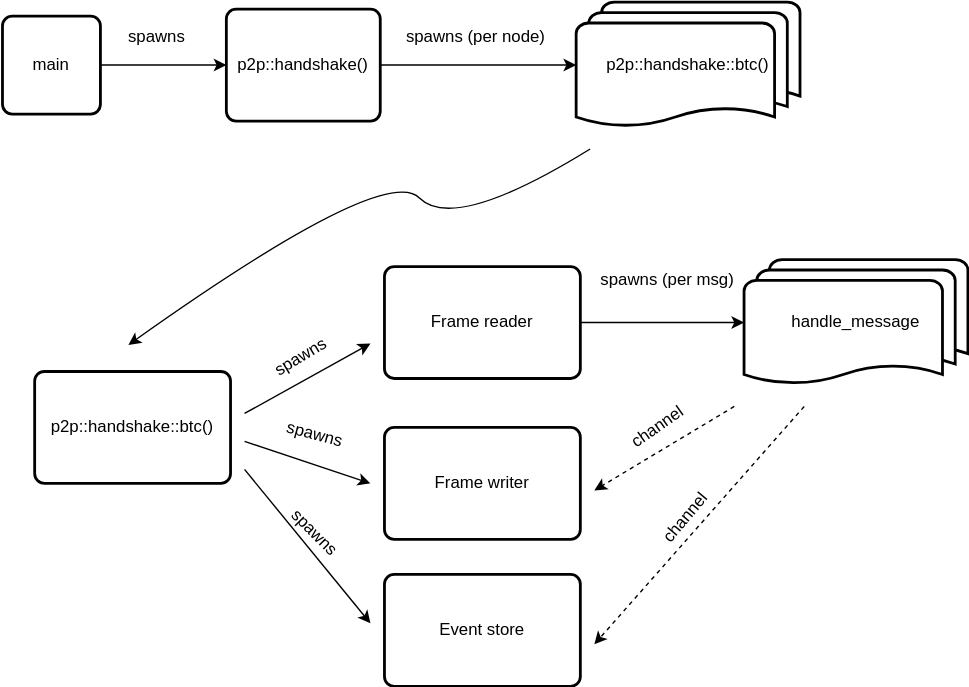
This is docs/actor.drawio.svg from eloylp/p2p-handshake, a draw.io export, as it was before one commit. Source tidied: cells renumbered, new cells last; positions are measured from the earlier drawing's top-left corner, leaving out a move shared by most shapes. Its diagram source:
```xml
<mxGraphModel background="#FFFFFF">
  <root>
    <mxCell id="0" />
    <mxCell id="1" parent="0" />
    <mxCell id="2" style="edgeStyle=orthogonalEdgeStyle;rounded=0;jettySize=auto;html=1;entryX=0;entryY=0.5;entryDx=0;entryDy=0;" parent="1" edge="1" source="3" target="5">
      <mxGeometry relative="1" as="geometry" />
    </mxCell>
    <mxCell id="3" value="main" style="rounded=1;whiteSpace=wrap;html=1;absoluteArcSize=1;arcSize=14;strokeWidth=2;" parent="1" vertex="1">
      <mxGeometry y="10" width="70" height="70" as="geometry" />
    </mxCell>
    <mxCell id="4" style="edgeStyle=orthogonalEdgeStyle;rounded=0;jettySize=auto;html=1;entryX=0;entryY=0.5;entryDx=0;entryDy=0;entryPerimeter=0;" parent="1" edge="1" source="5" target="6">
      <mxGeometry relative="1" as="geometry" />
    </mxCell>
    <mxCell id="5" value="p2p::handshake()" style="rounded=1;whiteSpace=wrap;html=1;absoluteArcSize=1;arcSize=14;strokeWidth=2;" parent="1" vertex="1">
      <mxGeometry x="160" y="5" width="110" height="80" as="geometry" />
    </mxCell>
    <mxCell id="6" value="p2p::handshake::btc()" style="strokeWidth=2;html=1;shape=mxgraph.flowchart.multi-document;whiteSpace=wrap;" parent="1" vertex="1">
      <mxGeometry x="410" width="160" height="90" as="geometry" />
    </mxCell>
    <mxCell id="7" value="spawns" style="text;html=1;align=center;verticalAlign=middle;strokeColor=none;fillColor=none;" parent="1" vertex="1">
      <mxGeometry x="80" y="10" width="60" height="30" as="geometry" />
    </mxCell>
    <mxCell id="8" value="spawns (per node)" style="text;html=1;align=center;verticalAlign=middle;strokeColor=none;fillColor=none;" parent="1" vertex="1">
      <mxGeometry x="278" y="10" width="120" height="30" as="geometry" />
    </mxCell>
    <mxCell id="9" value="p2p::handshake::btc()" style="rounded=1;whiteSpace=wrap;html=1;absoluteArcSize=1;arcSize=14;strokeWidth=2;" parent="1" vertex="1">
      <mxGeometry x="23" y="264" width="140" height="80" as="geometry" />
    </mxCell>
    <mxCell id="10" style="edgeStyle=orthogonalEdgeStyle;rounded=0;jettySize=auto;html=1;" parent="1" edge="1" source="11" target="20">
      <mxGeometry relative="1" as="geometry" />
    </mxCell>
    <mxCell id="11" value="Frame reader" style="rounded=1;whiteSpace=wrap;html=1;absoluteArcSize=1;arcSize=14;strokeWidth=2;" parent="1" vertex="1">
      <mxGeometry x="273" y="189" width="140" height="80" as="geometry" />
    </mxCell>
    <mxCell id="12" value="Frame writer" style="rounded=1;whiteSpace=wrap;html=1;absoluteArcSize=1;arcSize=14;strokeWidth=2;" parent="1" vertex="1">
      <mxGeometry x="273" y="304" width="140" height="80" as="geometry" />
    </mxCell>
    <mxCell id="13" style="endArrow=classic;html=1;rounded=0;" parent="1" edge="1">
      <mxGeometry relative="1" as="geometry">
        <mxPoint x="173" y="294" as="sourcePoint" />
        <mxPoint x="263" y="244" as="targetPoint" />
      </mxGeometry>
    </mxCell>
    <mxCell id="14" style="endArrow=classic;html=1;rounded=0;" parent="1" edge="1">
      <mxGeometry relative="1" as="geometry">
        <mxPoint x="173" y="314" as="sourcePoint" />
        <mxPoint x="263" y="344" as="targetPoint" />
      </mxGeometry>
    </mxCell>
    <mxCell id="15" value="Event store" style="rounded=1;whiteSpace=wrap;html=1;absoluteArcSize=1;arcSize=14;strokeWidth=2;" parent="1" vertex="1">
      <mxGeometry x="273" y="409" width="140" height="80" as="geometry" />
    </mxCell>
    <mxCell id="16" style="endArrow=classic;html=1;rounded=0;" parent="1" edge="1">
      <mxGeometry relative="1" as="geometry">
        <mxPoint x="173" y="334" as="sourcePoint" />
        <mxPoint x="263" y="444" as="targetPoint" />
      </mxGeometry>
    </mxCell>
    <mxCell id="17" value="spawns" style="text;html=1;align=center;verticalAlign=middle;strokeColor=none;fillColor=none;rotation=-31;" parent="1" vertex="1">
      <mxGeometry x="183" y="239" width="60" height="30" as="geometry" />
    </mxCell>
    <mxCell id="18" value="spawns" style="text;html=1;align=center;verticalAlign=middle;strokeColor=none;fillColor=none;rotation=15;" parent="1" vertex="1">
      <mxGeometry x="193" y="294" width="60" height="30" as="geometry" />
    </mxCell>
    <mxCell id="19" value="spawns" style="text;html=1;align=center;verticalAlign=middle;strokeColor=none;fillColor=none;rotation=45;" parent="1" vertex="1">
      <mxGeometry x="193" y="364" width="60" height="30" as="geometry" />
    </mxCell>
    <mxCell id="20" value="handle_message" style="strokeWidth=2;html=1;shape=mxgraph.flowchart.multi-document;whiteSpace=wrap;" parent="1" vertex="1">
      <mxGeometry x="530" y="184" width="160" height="90" as="geometry" />
    </mxCell>
    <mxCell id="21" value="spawns (per msg)" style="text;html=1;align=center;verticalAlign=middle;strokeColor=none;fillColor=none;" parent="1" vertex="1">
      <mxGeometry x="420" y="189" width="110" height="20" as="geometry" />
    </mxCell>
    <mxCell id="22" style="endArrow=classic;html=1;rounded=0;dashed=1;" parent="1" edge="1">
      <mxGeometry relative="1" as="geometry">
        <mxPoint x="523" y="289" as="sourcePoint" />
        <mxPoint x="423" y="349" as="targetPoint" />
      </mxGeometry>
    </mxCell>
    <mxCell id="23" style="endArrow=classic;html=1;rounded=0;dashed=1;" parent="1" edge="1">
      <mxGeometry relative="1" as="geometry">
        <mxPoint x="573" y="289" as="sourcePoint" />
        <mxPoint x="423" y="459" as="targetPoint" />
      </mxGeometry>
    </mxCell>
    <mxCell id="24" value="channel" style="text;html=1;align=center;verticalAlign=middle;strokeColor=none;fillColor=none;rotation=-35;" parent="1" vertex="1">
      <mxGeometry x="433" y="289" width="70" height="30" as="geometry" />
    </mxCell>
    <mxCell id="25" value="channel" style="text;html=1;align=center;verticalAlign=middle;strokeColor=none;fillColor=none;rotation=-50;" parent="1" vertex="1">
      <mxGeometry x="453" y="354" width="70" height="30" as="geometry" />
    </mxCell>
    <mxCell id="26" style="curved=1;endArrow=classic;html=1;rounded=0;" parent="1" edge="1">
      <mxGeometry relative="1" as="geometry">
        <mxPoint x="420" y="105" as="sourcePoint" />
        <mxPoint x="90" y="245" as="targetPoint" />
        <Array as="points">
          <mxPoint x="323" y="165" />
          <mxPoint x="273" y="115" />
        </Array>
      </mxGeometry>
    </mxCell>
  </root>
</mxGraphModel>
```
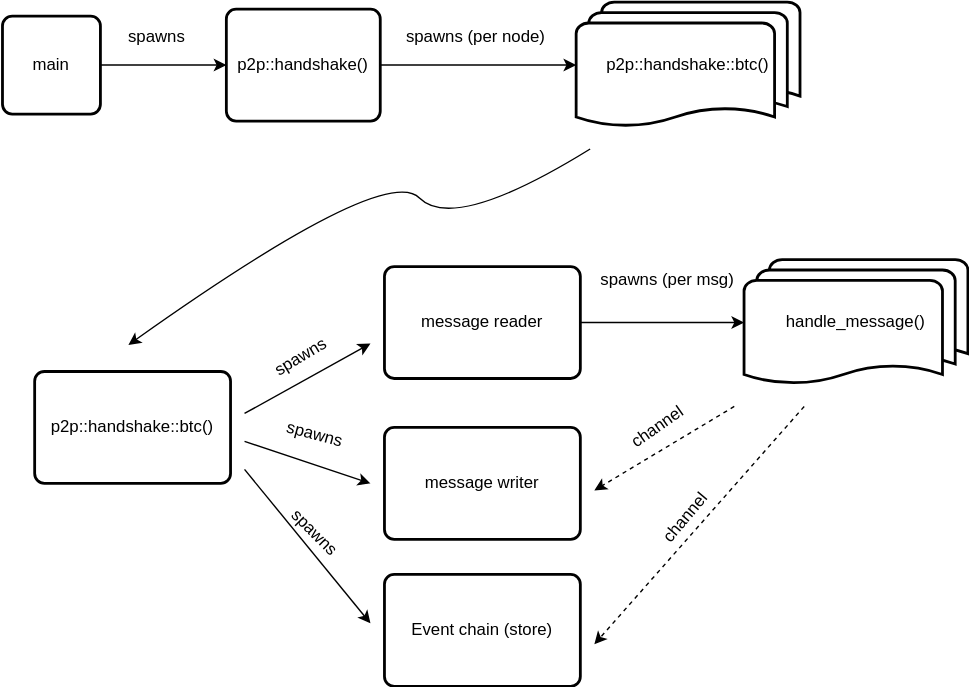
After the commit.

Commit message:
Refactor,  be consistent in naming

Diff of the diagram source:
```diff
@@ -29,10 +29,10 @@
     <mxCell id="10" style="edgeStyle=orthogonalEdgeStyle;rounded=0;jettySize=auto;html=1;" parent="1" edge="1" source="11" target="20">
       <mxGeometry relative="1" as="geometry" />
     </mxCell>
-    <mxCell id="11" value="Frame reader" style="rounded=1;whiteSpace=wrap;html=1;absoluteArcSize=1;arcSize=14;strokeWidth=2;" parent="1" vertex="1">
+    <mxCell id="11" value="message reader" style="rounded=1;whiteSpace=wrap;html=1;absoluteArcSize=1;arcSize=14;strokeWidth=2;" parent="1" vertex="1">
       <mxGeometry x="273" y="189" width="140" height="80" as="geometry" />
     </mxCell>
-    <mxCell id="12" value="Frame writer" style="rounded=1;whiteSpace=wrap;html=1;absoluteArcSize=1;arcSize=14;strokeWidth=2;" parent="1" vertex="1">
+    <mxCell id="12" value="message writer" style="rounded=1;whiteSpace=wrap;html=1;absoluteArcSize=1;arcSize=14;strokeWidth=2;" parent="1" vertex="1">
       <mxGeometry x="273" y="304" width="140" height="80" as="geometry" />
     </mxCell>
     <mxCell id="13" style="endArrow=classic;html=1;rounded=0;" parent="1" edge="1">
@@ -47,7 +47,7 @@
         <mxPoint x="263" y="344" as="targetPoint" />
       </mxGeometry>
     </mxCell>
-    <mxCell id="15" value="Event store" style="rounded=1;whiteSpace=wrap;html=1;absoluteArcSize=1;arcSize=14;strokeWidth=2;" parent="1" vertex="1">
+    <mxCell id="15" value="Event chain (store)" style="rounded=1;whiteSpace=wrap;html=1;absoluteArcSize=1;arcSize=14;strokeWidth=2;" parent="1" vertex="1">
       <mxGeometry x="273" y="409" width="140" height="80" as="geometry" />
     </mxCell>
     <mxCell id="16" style="endArrow=classic;html=1;rounded=0;" parent="1" edge="1">
@@ -65,7 +65,7 @@
     <mxCell id="19" value="spawns" style="text;html=1;align=center;verticalAlign=middle;strokeColor=none;fillColor=none;rotation=45;" parent="1" vertex="1">
       <mxGeometry x="193" y="364" width="60" height="30" as="geometry" />
     </mxCell>
-    <mxCell id="20" value="handle_message" style="strokeWidth=2;html=1;shape=mxgraph.flowchart.multi-document;whiteSpace=wrap;" parent="1" vertex="1">
+    <mxCell id="20" value="handle_message()" style="strokeWidth=2;html=1;shape=mxgraph.flowchart.multi-document;whiteSpace=wrap;" parent="1" vertex="1">
       <mxGeometry x="530" y="184" width="160" height="90" as="geometry" />
     </mxCell>
     <mxCell id="21" value="spawns (per msg)" style="text;html=1;align=center;verticalAlign=middle;strokeColor=none;fillColor=none;" parent="1" vertex="1">
```
